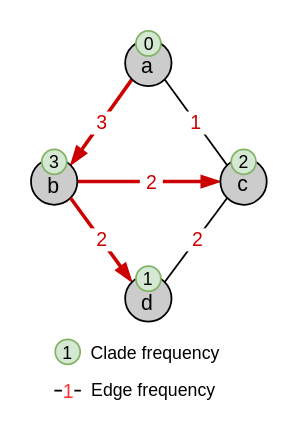
The draw.io diagram img/Fig_MST.drawio in tahiri-lab/PrismTree, before the edit. Source tidied: cells renumbered, new cells numbered last; positions are measured from the earlier drawing's top-left corner, leaving out a move shared by most shapes. Both pictures are drawn from the tidied source at 177%, with x=0, y=0 at pixel (30, 30).
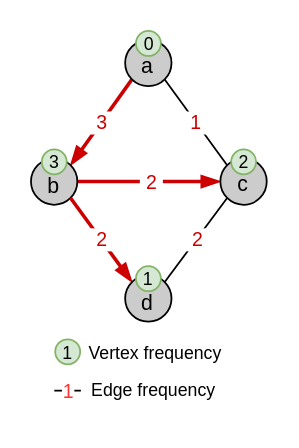
After the change.

Commit message:
Mettre à jour Fig_MST.drawio

The edit, as a diff of the source:
```diff
@@
-    <mxCell id="23" value="Clade frequency" style="text;html=1;align=center;verticalAlign=middle;strokeColor=none;fillColor=none;fontSize=10;" parent="1" vertex="1">
+    <mxCell id="23" value="Vertex frequency" style="text;html=1;align=center;verticalAlign=middle;strokeColor=none;fillColor=none;fontSize=10;" parent="1" vertex="1">
       <mxGeometry x="19.5" y="167.2" width="100" height="30" as="geometry" />
     </mxCell>
```
